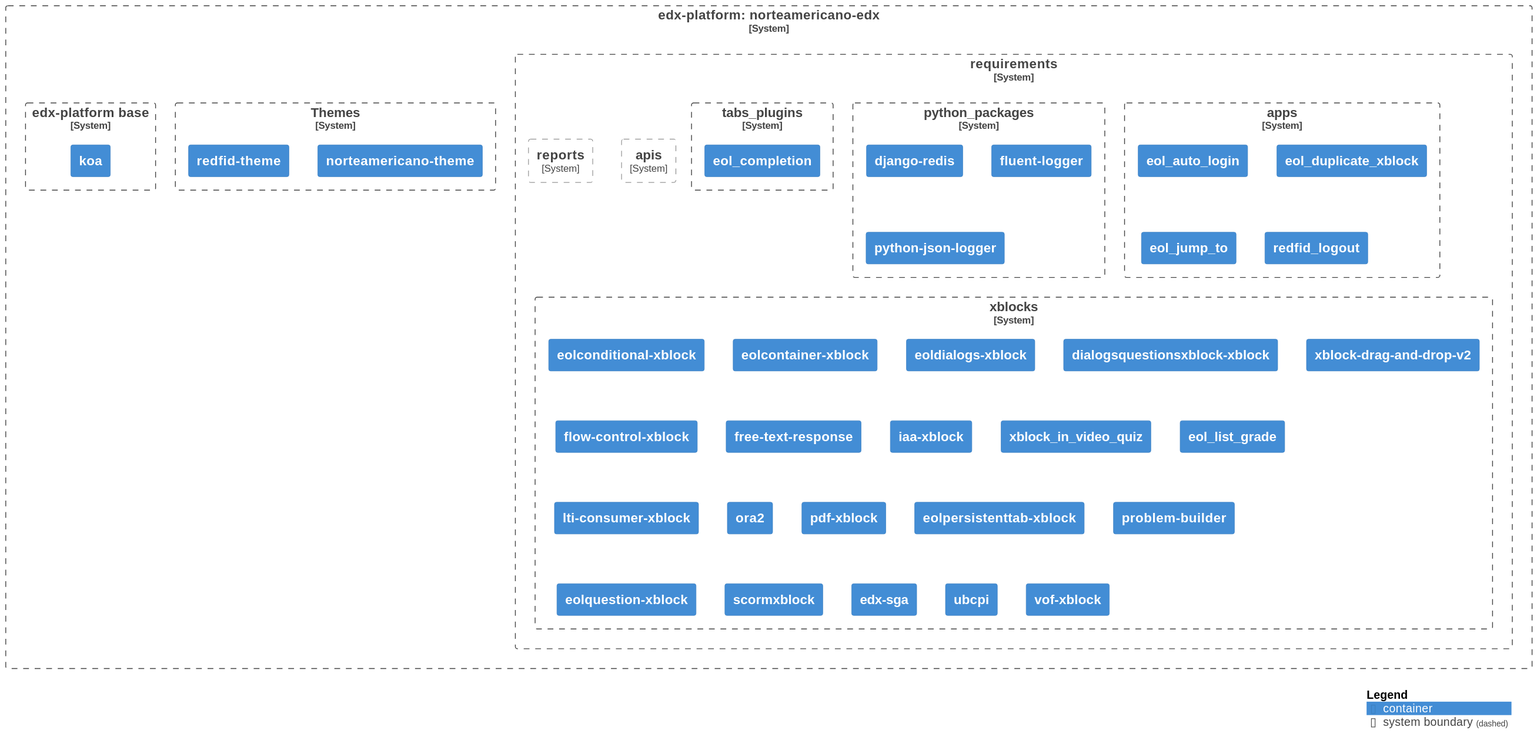
The PlantUML diagram diagrams/diagram.svg in eol-virtuallabx/norteamericano-edx, before a commit. Source of this version:
```plantuml
@startuml
!define C4Container https://raw.githubusercontent.com/plantuml-stdlib/C4-PlantUML/master/C4_Container.puml
!include C4Container

skinparam svgLinkTarget foo

System_Boundary(c1, "edx-platform: norteamericano-edx", $link="https://github.com/eol-virtuallabx/norteamericano-edx") {
    System_Boundary(c2, "requirements", $link="https://github.com/eol-virtuallabx/norteamericano-edx/blob/master/requirements/") {

            System_Boundary(apis, "apis", $link="https://github.com/eol-virtuallabx/norteamericano-edx/blob/master/requirements/apis.txt") {

            }

            System_Boundary(apps, "apps", $link="https://github.com/eol-virtuallabx/norteamericano-edx/blob/master/requirements/apps.txt") {

                Container(apps1, "eol_auto_login", $link="https://github.com/eol-uchile/eol_auto_login")

                Container(apps2, "eol_duplicate_xblock", $link="https://github.com/eol-uchile/eol_duplicate_xblock")

                Container(apps3, "eol_jump_to", $link="https://github.com/eol-uchile/eol_jump_to")

                Container(apps4, "redfid_logout", $link="https://github.com/eol-uchile/redfid_logout")

            }

            System_Boundary(python_packages, "python_packages", $link="https://github.com/eol-virtuallabx/norteamericano-edx/blob/master/requirements/python_packages.txt") {

                Container(python_packages1, "django-redis")

                Container(python_packages2, "fluent-logger")

                Container(python_packages3, "python-json-logger")

            }

            System_Boundary(reports, "reports", $link="https://github.com/eol-virtuallabx/norteamericano-edx/blob/master/requirements/reports.txt") {

            }

            System_Boundary(tabs_plugins, "tabs_plugins", $link="https://github.com/eol-virtuallabx/norteamericano-edx/blob/master/requirements/tabs_plugins.txt") {

                Container(tabs_plugins1, "eol_completion", $link="https://github.com/eol-uchile/eol_completion")

            }

            System_Boundary(xblocks, "xblocks", $link="https://github.com/eol-virtuallabx/norteamericano-edx/blob/master/requirements/xblocks.txt") {

                Container(xblocks1, "eolconditional-xblock", $link="https://github.com/eol-uchile/eol-conditional-xblock.git")

                Container(xblocks2, "eolcontainer-xblock", $link="https://github.com/eol-uchile/eol-container-xblock.git")

                Container(xblocks3, "eoldialogs-xblock", $link="https://github.com/eol-uchile/eol-dialogs-xblock.git")

                Container(xblocks4, "dialogsquestionsxblock-xblock", $link="https://github.com/eol-uchile/eol-dialogs-question-xblock")

                Container(xblocks5, "xblock-drag-and-drop-v2", $link="https://github.com/eol-uchile/xblock-drag-and-drop-v2")

                Container(xblocks6, "flow-control-xblock", $link="https://github.com/eol-uchile/flow-control-xblock")

                Container(xblocks7, "free-text-response", $link="https://github.com/eol-uchile/free-text-response")

                Container(xblocks8, "iaa-xblock", $link="https://github.com/eol-uchile/iaa-xblock")

                Container(xblocks9, "xblock_in_video_quiz", $link="https://github.com/eol-uchile/xblock-in-video-quiz")

                Container(xblocks10, "eol_list_grade", $link="https://github.com/eol-uchile/eol_list_grade")

                Container(xblocks11, "lti-consumer-xblock", $link="https://github.com/eol-uchile/xblock-lti-consumer")

                Container(xblocks12, "ora2", $link="https://github.com/eol-uchile/edx-ora2.git")

                Container(xblocks13, "pdf-xblock", $link="https://github.com/eol-uchile/pdfXBlock")

                Container(xblocks14, "eolpersistenttab-xblock", $link="https://github.com/eol-uchile/eol-persistent-tab-xblock")

                Container(xblocks15, "problem-builder", $link="https://github.com/eol-uchile/problem-builder")

                Container(xblocks16, "eolquestion-xblock", $link="https://github.com/eol-uchile/eol-question-xblock.git")

                Container(xblocks17, "scormxblock", $link="https://github.com/eol-uchile/edx_xblock_scorm")

                Container(xblocks18, "edx-sga", $link="https://github.com/eol-uchile/edx-sga")

                Container(xblocks19, "ubcpi", $link="https://github.com/eol-uchile/ubcpi")

                Container(xblocks20, "vof-xblock", $link="https://github.com/eol-uchile/eol-vof-xblock.git")

            }

    }

    System_Boundary(theme, "Themes", $link="https://github.com/eol-virtuallabx/norteamericano-edx/blob/master/themes/") {

            Container(theme1, "norteamericano-theme", $link="https://github.com/eol-virtuallabx/norteamericano-theme")

            Container(theme2, "redfid-theme", $link="https://github.com/eol-uchile/redfid-theme")

    }

    System_Boundary(dockerfile, "edx-platform base", $link="https://github.com/eol-virtuallabx/norteamericano-edx/blob/master/Dockerfile") {
            Container(dk, "koa", $link="https://ghcr.io/eol-virtuallabx/edx-platform:koa")
    }
}

SHOW_LEGEND()
@enduml
```
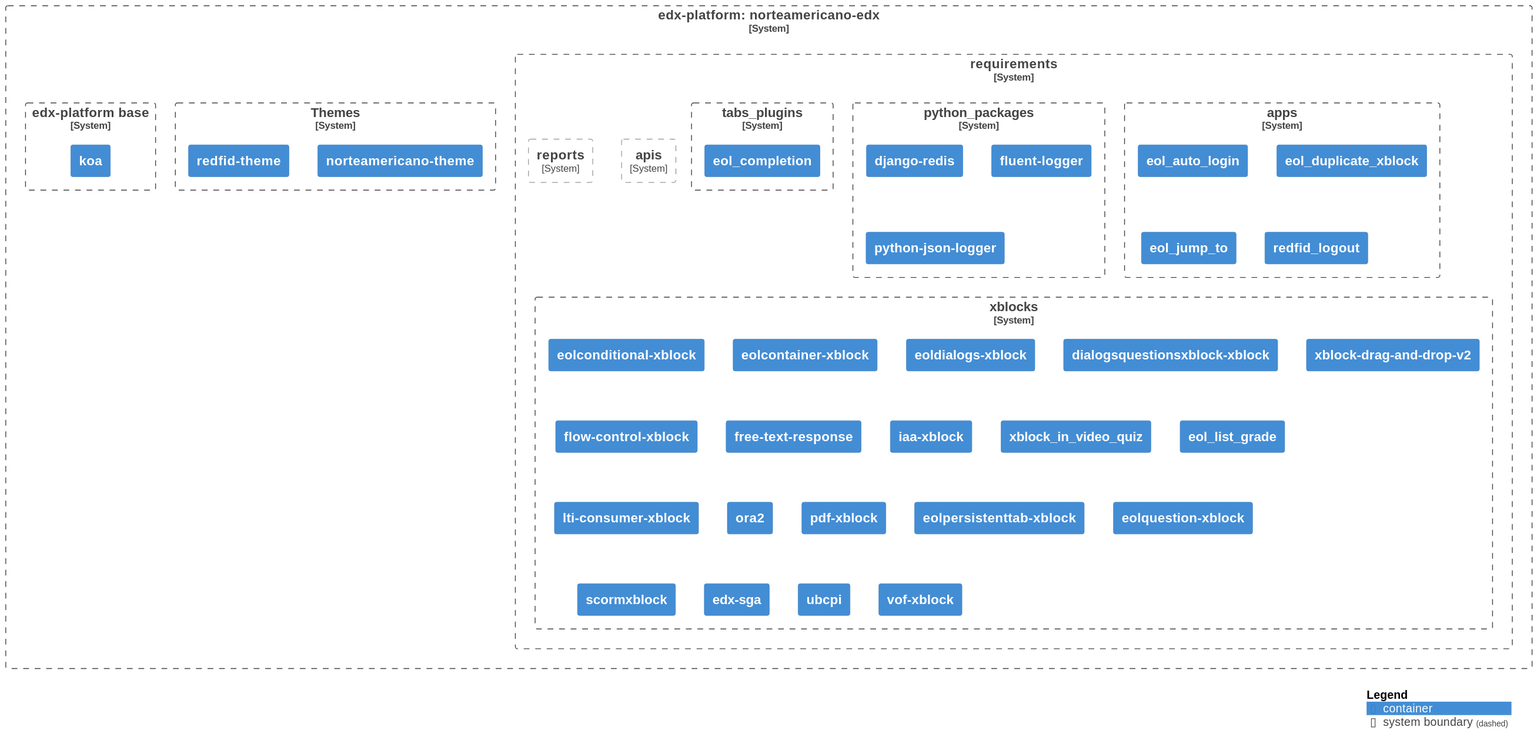
After the commit.

Commit message:
Auto-generate UML diagram

Change to the diagram source:
```diff
@@ -73,17 +73,15 @@
 
                 Container(xblocks14, "eolpersistenttab-xblock", $link="https://github.com/eol-uchile/eol-persistent-tab-xblock")
 
-                Container(xblocks15, "problem-builder", $link="https://github.com/eol-uchile/problem-builder")
+                Container(xblocks15, "eolquestion-xblock", $link="https://github.com/eol-uchile/eol-question-xblock.git")
 
-                Container(xblocks16, "eolquestion-xblock", $link="https://github.com/eol-uchile/eol-question-xblock.git")
+                Container(xblocks16, "scormxblock", $link="https://github.com/eol-uchile/edx_xblock_scorm")
 
-                Container(xblocks17, "scormxblock", $link="https://github.com/eol-uchile/edx_xblock_scorm")
+                Container(xblocks17, "edx-sga", $link="https://github.com/eol-uchile/edx-sga")
 
-                Container(xblocks18, "edx-sga", $link="https://github.com/eol-uchile/edx-sga")
+                Container(xblocks18, "ubcpi", $link="https://github.com/eol-uchile/ubcpi")
 
-                Container(xblocks19, "ubcpi", $link="https://github.com/eol-uchile/ubcpi")
-
-                Container(xblocks20, "vof-xblock", $link="https://github.com/eol-uchile/eol-vof-xblock.git")
+                Container(xblocks19, "vof-xblock", $link="https://github.com/eol-uchile/eol-vof-xblock.git")
 
             }
 
```
